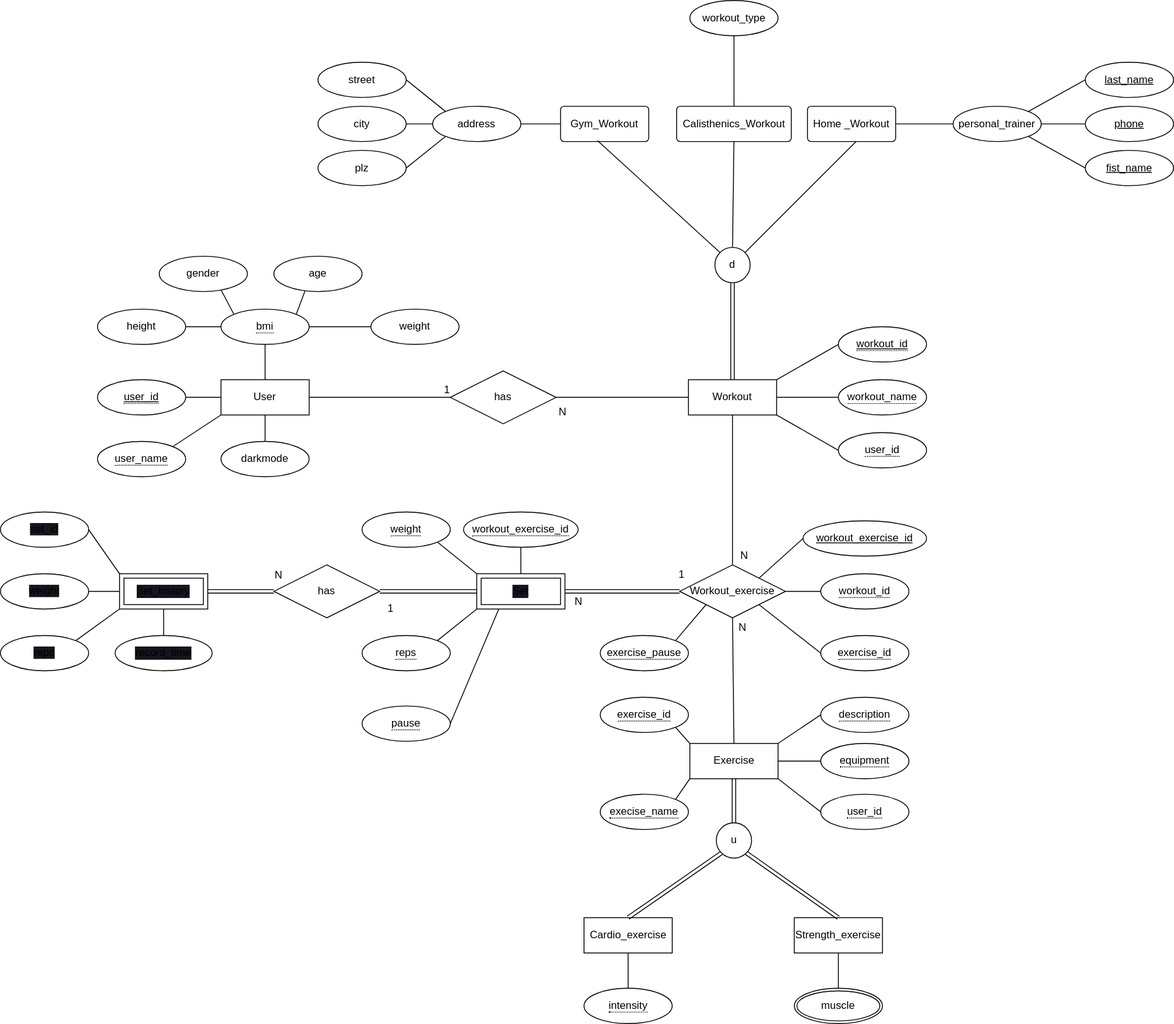
This is EER-Diagramm.drawio.svg from Johannes0220/DatabaseProject, a draw.io export, as it was before one commit. Source tidied: cells renumbered, new cells last; positions are measured from the earlier drawing's top-left corner, leaving out a move shared by most shapes.
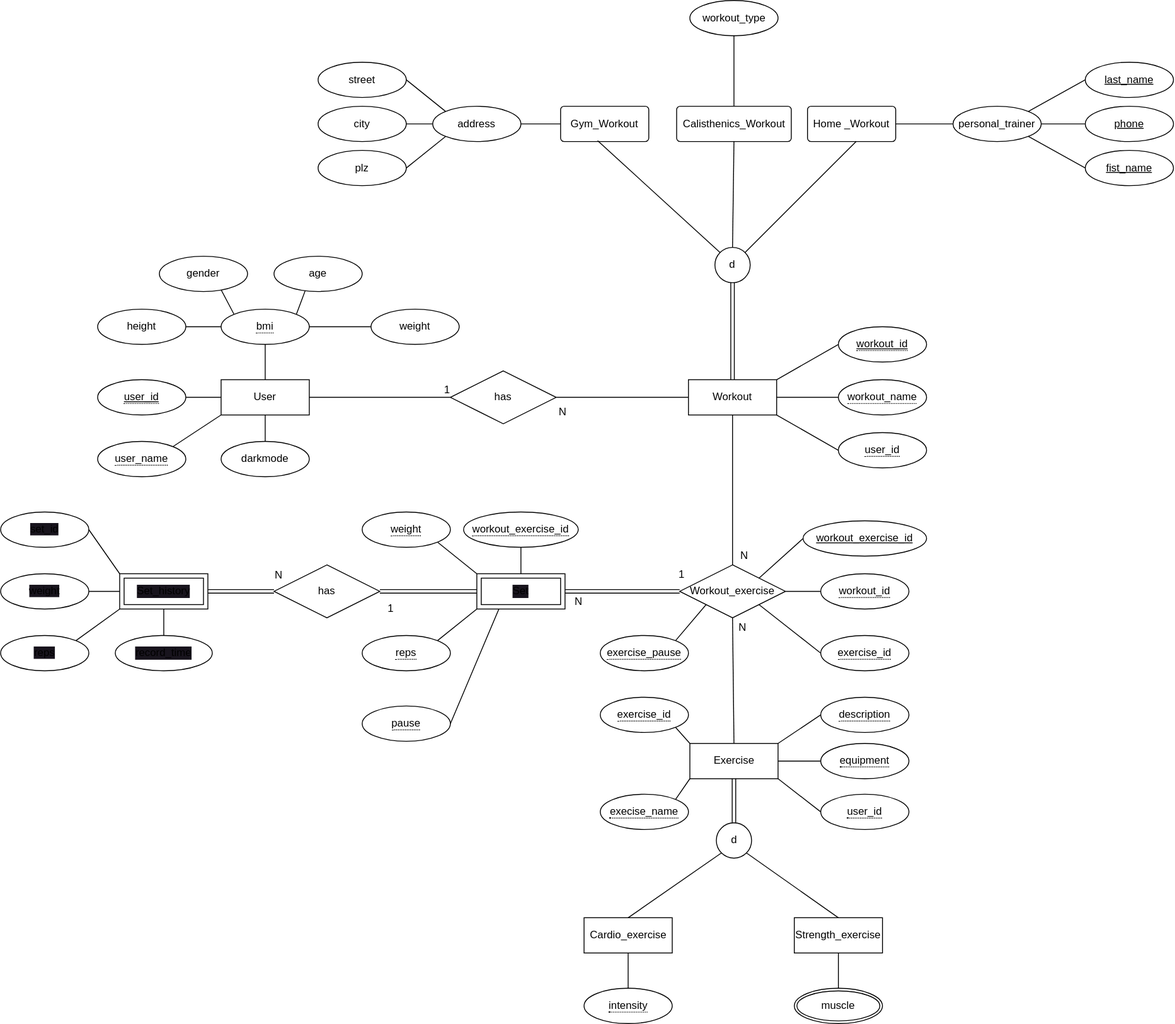
Above is the later version.

Change to the diagram source:
```diff
@@ -116,7 +116,7 @@
     <mxCell id="37" value="gender" style="ellipse;whiteSpace=wrap;html=1;align=center;" parent="1" vertex="1">
       <mxGeometry x="180" y="290" width="100" height="40" as="geometry" />
     </mxCell>
-    <mxCell id="38" value="u" style="ellipse;whiteSpace=wrap;html=1;" parent="1" vertex="1">
+    <mxCell id="38" value="d" style="ellipse;whiteSpace=wrap;html=1;" parent="1" vertex="1">
       <mxGeometry x="811.6" y="932.4" width="40" height="40" as="geometry" />
     </mxCell>
     <mxCell id="39" style="shape=link;html=1;entryX=0.5;entryY=1;entryDx=0;entryDy=0;exitX=0.5;exitY=0;exitDx=0;exitDy=0;" parent="1" edge="1" source="38" target="8">
@@ -356,17 +356,17 @@
     <mxCell id="113" style="endArrow=none;html=1;exitX=0.5;exitY=1;exitDx=0;exitDy=0;entryX=0.5;entryY=0;entryDx=0;entryDy=0;" parent="1" edge="1" source="112" target="27">
       <mxGeometry relative="1" as="geometry" />
     </mxCell>
-    <mxCell id="114" style="shape=link;html=1;entryX=0.5;entryY=0;entryDx=0;entryDy=0;exitX=0;exitY=1;exitDx=0;exitDy=0;" parent="1" edge="1" source="38" target="40">
-      <mxGeometry relative="1" as="geometry" />
-    </mxCell>
-    <mxCell id="115" style="shape=link;html=1;entryX=0.5;entryY=0;entryDx=0;entryDy=0;exitX=1;exitY=1;exitDx=0;exitDy=0;" parent="1" edge="1" source="38" target="41">
-      <mxGeometry relative="1" as="geometry" />
-    </mxCell>
     <mxCell id="116" value="&lt;span style=&quot;border-bottom: 1px dotted&quot;&gt;intensity&lt;/span&gt;" style="ellipse;whiteSpace=wrap;html=1;align=center;" parent="1" vertex="1">
       <mxGeometry x="661.6" y="1120" width="100" height="40" as="geometry" />
     </mxCell>
     <mxCell id="117" style="edgeStyle=none;html=1;exitX=0.5;exitY=0;exitDx=0;exitDy=0;entryX=0.5;entryY=1;entryDx=0;entryDy=0;endArrow=none;endFill=0;" parent="1" edge="1" source="116" target="40">
       <mxGeometry relative="1" as="geometry" />
     </mxCell>
+    <mxCell id="118" style="edgeStyle=none;html=1;exitX=0.5;exitY=0;exitDx=0;exitDy=0;entryX=1;entryY=1;entryDx=0;entryDy=0;endArrow=none;endFill=0;" parent="1" edge="1" source="41" target="38">
+      <mxGeometry relative="1" as="geometry" />
+    </mxCell>
+    <mxCell id="119" style="edgeStyle=none;html=1;exitX=0.5;exitY=0;exitDx=0;exitDy=0;entryX=0;entryY=1;entryDx=0;entryDy=0;endArrow=none;endFill=0;" parent="1" edge="1" source="40" target="38">
+      <mxGeometry relative="1" as="geometry" />
+    </mxCell>
   </root>
 </mxGraphModel>
```
